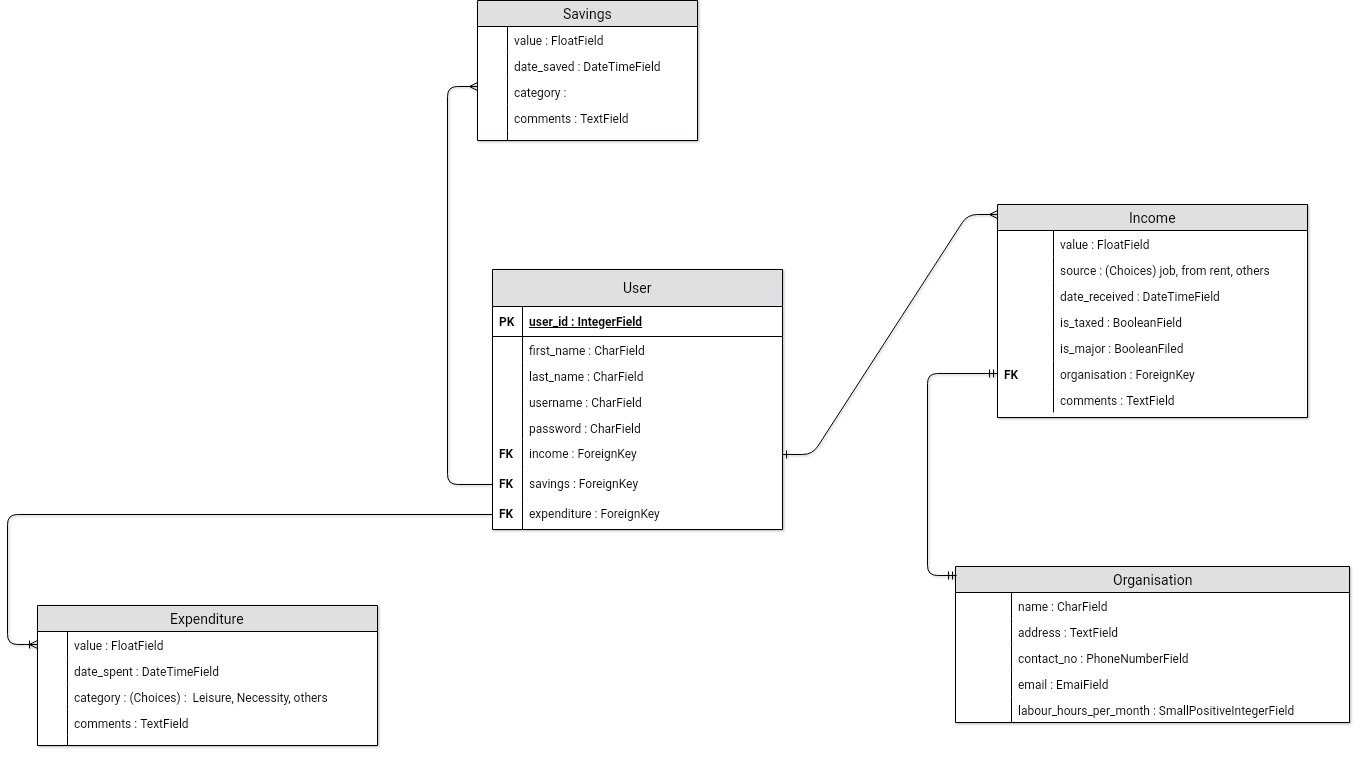
Before: DB_schema(Task1) (1).png, a diagram exported from draw.io (nilaybhatia/Expense-manager-app). Source tidied: cells renumbered, new cells last; positions are measured from the earlier drawing's top-left corner, leaving out a move shared by most shapes.
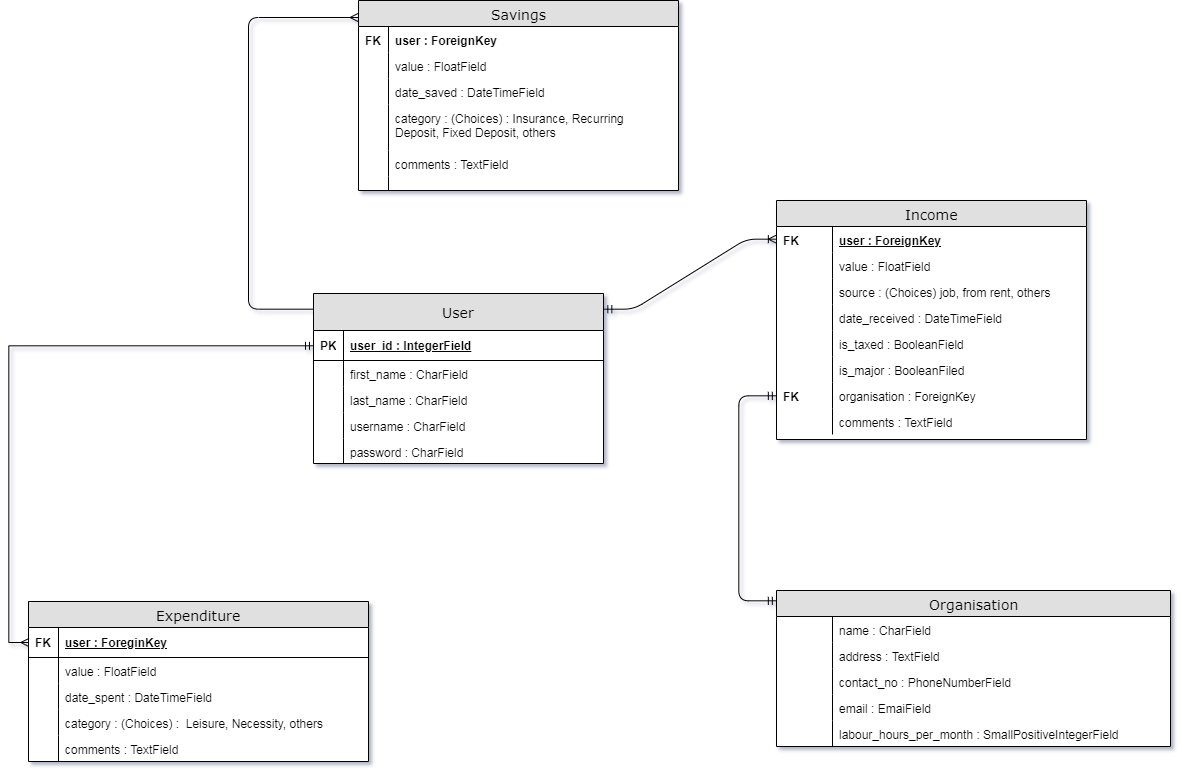
Later version of the same file.

Commit message:
corrected schema

Change to the diagram source:
```diff
@@ -5,6 +5,12 @@
     <mxCell id="2" value="Savings" style="swimlane;html=1;fontStyle=0;horizontal=1;startSize=26;fillColor=#e0e0e0;swimlaneFillColor=#ffffff;align=center;rounded=0;shadow=0;comic=0;labelBackgroundColor=none;strokeColor=#000000;strokeWidth=1;fontFamily=Verdana;fontSize=14;fontColor=#000000;swimlaneLine=1;" parent="1" vertex="1">
-      <mxGeometry x="440" width="220" height="140" as="geometry" />
+      <mxGeometry x="500" y="-24" width="320" height="190" as="geometry" />
     </mxCell>
+    <mxCell id="71" value="&lt;span style=&quot;font-weight: 700&quot;&gt;user : ForeignKey&lt;/span&gt;" style="shape=partialRectangle;top=0;left=0;right=0;bottom=0;html=1;align=left;verticalAlign=top;fillColor=none;spacingLeft=34;spacingRight=4;whiteSpace=wrap;overflow=hidden;" parent="2" vertex="1">
+      <mxGeometry y="26" width="320" height="26" as="geometry" />
+    </mxCell>
+    <mxCell id="72" value="&lt;b&gt;FK&lt;/b&gt;" style="shape=partialRectangle;top=0;left=0;bottom=0;html=1;fillColor=none;align=left;verticalAlign=top;spacingLeft=4;spacingRight=4;whiteSpace=wrap;overflow=hidden;" parent="71" vertex="1">
+      <mxGeometry width="30" height="26" as="geometry" />
+    </mxCell>
     <mxCell id="3" value="value : FloatField" style="shape=partialRectangle;top=0;left=0;right=0;bottom=0;html=1;align=left;verticalAlign=top;fillColor=none;spacingLeft=34;spacingRight=4;whiteSpace=wrap;overflow=hidden;" parent="2" vertex="1">
-      <mxGeometry y="26" width="220" height="26" as="geometry" />
+      <mxGeometry y="52" width="320" height="26" as="geometry" />
     </mxCell>
@@ -14,3 +20,3 @@
     <mxCell id="5" value="date_saved : DateTimeField" style="shape=partialRectangle;top=0;left=0;right=0;bottom=0;html=1;align=left;verticalAlign=top;fillColor=none;spacingLeft=34;spacingRight=4;whiteSpace=wrap;overflow=hidden;" parent="2" vertex="1">
-      <mxGeometry y="52" width="220" height="26" as="geometry" />
+      <mxGeometry y="78" width="320" height="26" as="geometry" />
     </mxCell>
@@ -19,10 +25,10 @@
     </mxCell>
-    <mxCell id="7" value="category :&amp;nbsp;" style="shape=partialRectangle;top=0;left=0;right=0;bottom=0;html=1;align=left;verticalAlign=top;fillColor=none;spacingLeft=34;spacingRight=4;whiteSpace=wrap;overflow=hidden;points=[[0,0.5],[1,0.5]];portConstraint=eastwest;" parent="2" vertex="1">
-      <mxGeometry y="78" width="220" height="26" as="geometry" />
+    <mxCell id="7" value="category : (Choices) : Insurance, Recurring Deposit, Fixed Deposit, others" style="shape=partialRectangle;top=0;left=0;right=0;bottom=0;html=1;align=left;verticalAlign=top;fillColor=none;spacingLeft=34;spacingRight=4;whiteSpace=wrap;overflow=hidden;points=[[0,0.5],[1,0.5]];portConstraint=eastwest;" parent="2" vertex="1">
+      <mxGeometry y="104" width="320" height="46" as="geometry" />
     </mxCell>
     <mxCell id="8" style="shape=partialRectangle;top=0;left=0;bottom=0;html=1;fillColor=none;align=left;verticalAlign=top;spacingLeft=4;spacingRight=4;whiteSpace=wrap;overflow=hidden;" parent="7" vertex="1">
-      <mxGeometry width="30" height="26" as="geometry" />
+      <mxGeometry width="30" height="46" as="geometry" />
     </mxCell>
     <mxCell id="9" value="comments : TextField" style="shape=partialRectangle;top=0;left=0;right=0;bottom=0;html=1;align=left;verticalAlign=top;fillColor=none;spacingLeft=34;spacingRight=4;whiteSpace=wrap;overflow=hidden;" parent="2" vertex="1">
-      <mxGeometry y="104" width="220" height="26" as="geometry" />
+      <mxGeometry y="150" width="320" height="26" as="geometry" />
     </mxCell>
@@ -32,12 +38,18 @@
     <mxCell id="11" style="shape=partialRectangle;top=0;left=0;right=0;bottom=0;html=1;align=left;verticalAlign=top;fillColor=none;spacingLeft=34;spacingRight=4;whiteSpace=wrap;overflow=hidden;" parent="2" vertex="1">
-      <mxGeometry y="130" width="220" height="10" as="geometry" />
+      <mxGeometry y="176" width="320" height="14" as="geometry" />
     </mxCell>
     <mxCell id="12" style="shape=partialRectangle;top=0;left=0;bottom=0;html=1;fillColor=none;align=left;verticalAlign=top;spacingLeft=4;spacingRight=4;whiteSpace=wrap;overflow=hidden;" parent="11" vertex="1">
-      <mxGeometry width="30" height="10" as="geometry" />
+      <mxGeometry width="30" height="14" as="geometry" />
     </mxCell>
     <mxCell id="13" value="Expenditure" style="swimlane;html=1;fontStyle=0;horizontal=1;startSize=26;fillColor=#e0e0e0;swimlaneFillColor=#ffffff;align=center;rounded=0;shadow=0;comic=0;labelBackgroundColor=none;strokeColor=#000000;strokeWidth=1;fontFamily=Verdana;fontSize=14;fontColor=#000000;" parent="1" vertex="1">
-      <mxGeometry y="605" width="340" height="140" as="geometry" />
+      <mxGeometry x="170" y="577" width="340" height="160" as="geometry" />
     </mxCell>
+    <mxCell id="73" value="user : ForeginKey" style="shape=partialRectangle;top=0;left=0;right=0;bottom=1;html=1;align=left;verticalAlign=middle;fillColor=none;spacingLeft=34;spacingRight=4;whiteSpace=wrap;overflow=hidden;points=[[0,0.5],[1,0.5]];portConstraint=eastwest;fontStyle=5;" parent="13" vertex="1">
+      <mxGeometry y="26" width="340" height="30" as="geometry" />
+    </mxCell>
+    <mxCell id="74" value="&lt;b&gt;FK&lt;/b&gt;" style="shape=partialRectangle;top=0;left=0;bottom=0;html=1;fillColor=none;align=left;verticalAlign=middle;spacingLeft=4;spacingRight=4;whiteSpace=wrap;overflow=hidden;" parent="73" vertex="1">
+      <mxGeometry width="30" height="30" as="geometry" />
+    </mxCell>
     <mxCell id="14" value="value : FloatField" style="shape=partialRectangle;top=0;left=0;right=0;bottom=0;html=1;align=left;verticalAlign=top;fillColor=none;spacingLeft=34;spacingRight=4;whiteSpace=wrap;overflow=hidden;points=[[0,0.5],[1,0.5]];portConstraint=eastwest;" parent="13" vertex="1">
-      <mxGeometry y="26" width="340" height="26" as="geometry" />
+      <mxGeometry y="56" width="340" height="26" as="geometry" />
     </mxCell>
@@ -47,3 +59,3 @@
     <mxCell id="16" value="date_spent : DateTimeField" style="shape=partialRectangle;top=0;left=0;right=0;bottom=0;html=1;align=left;verticalAlign=top;fillColor=none;spacingLeft=34;spacingRight=4;whiteSpace=wrap;overflow=hidden;" parent="13" vertex="1">
-      <mxGeometry y="52" width="340" height="26" as="geometry" />
+      <mxGeometry y="82" width="340" height="26" as="geometry" />
     </mxCell>
@@ -53,3 +65,3 @@
     <mxCell id="18" value="category : (Choices) :&amp;nbsp; Leisure, Necessity, others" style="shape=partialRectangle;top=0;left=0;right=0;bottom=0;html=1;align=left;verticalAlign=top;fillColor=none;spacingLeft=34;spacingRight=4;whiteSpace=wrap;overflow=hidden;" parent="13" vertex="1">
-      <mxGeometry y="78" width="340" height="26" as="geometry" />
+      <mxGeometry y="108" width="340" height="26" as="geometry" />
     </mxCell>
@@ -59,3 +71,3 @@
     <mxCell id="20" value="comments : TextField" style="shape=partialRectangle;top=0;left=0;right=0;bottom=0;html=1;align=left;verticalAlign=top;fillColor=none;spacingLeft=34;spacingRight=4;whiteSpace=wrap;overflow=hidden;" parent="13" vertex="1">
-      <mxGeometry y="104" width="340" height="26" as="geometry" />
+      <mxGeometry y="134" width="340" height="26" as="geometry" />
     </mxCell>
@@ -64,10 +76,4 @@
     </mxCell>
-    <mxCell id="22" style="shape=partialRectangle;top=0;left=0;right=0;bottom=0;html=1;align=left;verticalAlign=top;fillColor=none;spacingLeft=34;spacingRight=4;whiteSpace=wrap;overflow=hidden;" parent="13" vertex="1">
-      <mxGeometry y="130" width="340" height="10" as="geometry" />
-    </mxCell>
-    <mxCell id="23" style="shape=partialRectangle;top=0;left=0;bottom=0;html=1;fillColor=none;align=left;verticalAlign=top;spacingLeft=4;spacingRight=4;whiteSpace=wrap;overflow=hidden;" parent="22" vertex="1">
-      <mxGeometry width="30" height="10" as="geometry" />
-    </mxCell>
     <mxCell id="24" value="User" style="swimlane;html=1;fontStyle=0;horizontal=1;startSize=37;fillColor=#e0e0e0;swimlaneFillColor=#ffffff;align=center;rounded=0;shadow=0;comic=0;labelBackgroundColor=none;strokeColor=#000000;strokeWidth=1;fontFamily=Verdana;fontSize=14;fontColor=#000000;" parent="1" vertex="1">
-      <mxGeometry x="455" y="269" width="290" height="260" as="geometry" />
+      <mxGeometry x="455" y="269" width="290" height="170" as="geometry" />
     </mxCell>
@@ -103,20 +109,2 @@
     </mxCell>
-    <mxCell id="35" value="income : ForeignKey" style="shape=partialRectangle;top=0;left=0;right=0;bottom=0;html=1;align=left;verticalAlign=top;fillColor=none;spacingLeft=34;spacingRight=4;whiteSpace=wrap;overflow=hidden;points=[[0,0.5],[1,0.5]];portConstraint=eastwest;" parent="24" vertex="1">
-      <mxGeometry y="170" width="290" height="30" as="geometry" />
-    </mxCell>
-    <mxCell id="36" value="&lt;b&gt;FK&lt;/b&gt;" style="shape=partialRectangle;top=0;left=0;bottom=0;html=1;fillColor=none;align=left;verticalAlign=top;spacingLeft=4;spacingRight=4;whiteSpace=wrap;overflow=hidden;" parent="35" vertex="1">
-      <mxGeometry width="30" height="30" as="geometry" />
-    </mxCell>
-    <mxCell id="37" value="savings : ForeignKey" style="shape=partialRectangle;top=0;left=0;right=0;bottom=0;html=1;align=left;verticalAlign=top;fillColor=none;spacingLeft=34;spacingRight=4;whiteSpace=wrap;overflow=hidden;points=[[0,0.5],[1,0.5]];portConstraint=eastwest;" parent="24" vertex="1">
-      <mxGeometry y="200" width="290" height="30" as="geometry" />
-    </mxCell>
-    <mxCell id="38" value="&lt;b&gt;FK&lt;/b&gt;" style="shape=partialRectangle;top=0;left=0;bottom=0;html=1;fillColor=none;align=left;verticalAlign=top;spacingLeft=4;spacingRight=4;whiteSpace=wrap;overflow=hidden;" parent="37" vertex="1">
-      <mxGeometry width="30" height="30" as="geometry" />
-    </mxCell>
-    <mxCell id="39" value="expenditure : ForeignKey" style="shape=partialRectangle;top=0;left=0;right=0;bottom=0;html=1;align=left;verticalAlign=top;fillColor=none;spacingLeft=34;spacingRight=4;whiteSpace=wrap;overflow=hidden;points=[[0,0.5],[1,0.5]];portConstraint=eastwest;" parent="24" vertex="1">
-      <mxGeometry y="230" width="290" height="30" as="geometry" />
-    </mxCell>
-    <mxCell id="40" value="&lt;b&gt;FK&lt;/b&gt;" style="shape=partialRectangle;top=0;left=0;bottom=0;html=1;fillColor=none;align=left;verticalAlign=top;spacingLeft=4;spacingRight=4;whiteSpace=wrap;overflow=hidden;" parent="39" vertex="1">
-      <mxGeometry width="30" height="30" as="geometry" />
-    </mxCell>
     <mxCell id="41" value="Organisation" style="swimlane;html=1;fontStyle=0;horizontal=1;startSize=26;fillColor=#e0e0e0;swimlaneFillColor=#ffffff;align=center;rounded=0;shadow=0;comic=0;labelBackgroundColor=none;strokeColor=#000000;strokeWidth=1;fontFamily=Verdana;fontSize=14;fontColor=#000000;" parent="1" vertex="1">
@@ -154,15 +142,13 @@
     </mxCell>
-    <mxCell id="52" style="edgeStyle=orthogonalEdgeStyle;html=1;endArrow=ERmany;startArrow=none;labelBackgroundColor=none;fontFamily=Verdana;fontSize=14;entryX=0;entryY=0.308;entryPerimeter=0;exitX=0;exitY=0.5;exitDx=0;exitDy=0;endFill=0;startFill=0;" parent="1" edge="1" source="37" target="7">
-      <mxGeometry relative="1" as="geometry">
-        <Array as="points">
-          <mxPoint x="410" y="484" />
-          <mxPoint x="410" y="86" />
-        </Array>
-      </mxGeometry>
-    </mxCell>
     <mxCell id="53" value="Income" style="swimlane;html=1;fontStyle=0;horizontal=1;startSize=26;fillColor=#e0e0e0;swimlaneFillColor=#ffffff;align=center;rounded=0;shadow=0;comic=0;labelBackgroundColor=none;strokeColor=#000000;strokeWidth=1;fontFamily=Verdana;fontSize=14;fontColor=#000000;" parent="1" vertex="1">
-      <mxGeometry x="960" y="204" width="310" height="213" as="geometry" />
+      <mxGeometry x="918" y="176" width="310" height="239" as="geometry" />
     </mxCell>
+    <mxCell id="75" value="&lt;b&gt;&lt;u&gt;user : ForeignKey&lt;/u&gt;&lt;/b&gt;" style="shape=partialRectangle;top=0;left=0;right=0;bottom=0;html=1;align=left;verticalAlign=top;fillColor=none;spacingLeft=60;spacingRight=4;whiteSpace=wrap;overflow=hidden;points=[[0,0.5],[1,0.5]];portConstraint=eastwest;" parent="53" vertex="1">
+      <mxGeometry y="26" width="310" height="26" as="geometry" />
+    </mxCell>
+    <mxCell id="76" value="&lt;b&gt;FK&lt;/b&gt;" style="shape=partialRectangle;top=0;left=0;bottom=0;html=1;fillColor=none;align=left;verticalAlign=top;spacingLeft=4;spacingRight=4;whiteSpace=wrap;overflow=hidden;" parent="75" vertex="1">
+      <mxGeometry width="56" height="26" as="geometry" />
+    </mxCell>
     <mxCell id="54" value="value : FloatField" style="shape=partialRectangle;top=0;left=0;right=0;bottom=0;html=1;align=left;verticalAlign=top;fillColor=none;spacingLeft=60;spacingRight=4;whiteSpace=wrap;overflow=hidden;" parent="53" vertex="1">
-      <mxGeometry y="26" width="310" height="26" as="geometry" />
+      <mxGeometry y="52" width="310" height="26" as="geometry" />
     </mxCell>
@@ -172,3 +158,3 @@
     <mxCell id="56" value="source : (Choices) job, from rent, others" style="shape=partialRectangle;top=0;left=0;right=0;bottom=0;html=1;align=left;verticalAlign=top;fillColor=none;spacingLeft=60;spacingRight=4;whiteSpace=wrap;overflow=hidden;" parent="53" vertex="1">
-      <mxGeometry y="52" width="310" height="26" as="geometry" />
+      <mxGeometry y="78" width="310" height="26" as="geometry" />
     </mxCell>
@@ -178,3 +164,3 @@
     <mxCell id="58" value="date_received : DateTimeField" style="shape=partialRectangle;top=0;left=0;right=0;bottom=0;html=1;align=left;verticalAlign=top;fillColor=none;spacingLeft=60;spacingRight=4;whiteSpace=wrap;overflow=hidden;" parent="53" vertex="1">
-      <mxGeometry y="78" width="310" height="26" as="geometry" />
+      <mxGeometry y="104" width="310" height="26" as="geometry" />
     </mxCell>
@@ -184,3 +170,3 @@
     <mxCell id="60" value="is_taxed : BooleanField" style="shape=partialRectangle;top=0;left=0;right=0;bottom=0;html=1;align=left;verticalAlign=top;fillColor=none;spacingLeft=60;spacingRight=4;whiteSpace=wrap;overflow=hidden;" parent="53" vertex="1">
-      <mxGeometry y="104" width="310" height="26" as="geometry" />
+      <mxGeometry y="130" width="310" height="26" as="geometry" />
     </mxCell>
@@ -190,3 +176,3 @@
     <mxCell id="62" value="is_major : BooleanFiled" style="shape=partialRectangle;top=0;left=0;right=0;bottom=0;html=1;align=left;verticalAlign=top;fillColor=none;spacingLeft=60;spacingRight=4;whiteSpace=wrap;overflow=hidden;" parent="53" vertex="1">
-      <mxGeometry y="130" width="310" height="26" as="geometry" />
+      <mxGeometry y="156" width="310" height="26" as="geometry" />
     </mxCell>
@@ -196,3 +182,3 @@
     <mxCell id="64" value="organisation : ForeignKey" style="shape=partialRectangle;top=0;left=0;right=0;bottom=0;html=1;align=left;verticalAlign=top;fillColor=none;spacingLeft=60;spacingRight=4;whiteSpace=wrap;overflow=hidden;points=[[0,0.5],[1,0.5]];portConstraint=eastwest;" parent="53" vertex="1">
-      <mxGeometry y="156" width="310" height="26" as="geometry" />
+      <mxGeometry y="182" width="310" height="26" as="geometry" />
     </mxCell>
@@ -202,3 +188,3 @@
     <mxCell id="66" value="comments : TextField" style="shape=partialRectangle;top=0;left=0;right=0;bottom=0;html=1;align=left;verticalAlign=top;fillColor=none;spacingLeft=60;spacingRight=4;whiteSpace=wrap;overflow=hidden;" parent="53" vertex="1">
-      <mxGeometry y="182" width="310" height="26" as="geometry" />
+      <mxGeometry y="208" width="310" height="26" as="geometry" />
     </mxCell>
@@ -207,10 +193,10 @@
     </mxCell>
-    <mxCell id="68" style="edgeStyle=entityRelationEdgeStyle;html=1;endArrow=ERmany;startArrow=ERone;labelBackgroundColor=none;fontFamily=Verdana;fontSize=14;entryX=0;entryY=0.049;exitX=1;exitY=0.5;startFill=0;endFill=0;exitDx=0;exitDy=0;entryDx=0;entryDy=0;entryPerimeter=0;" parent="1" edge="1" source="35" target="53">
-      <mxGeometry relative="1" as="geometry" />
-    </mxCell>
+    <mxCell id="77" style="edgeStyle=orthogonalEdgeStyle;rounded=0;jettySize=auto;html=1;entryX=0;entryY=0.5;entryDx=0;entryDy=0;endArrow=ERmany;endFill=0;startArrow=ERmandOne;startFill=0;" parent="1" edge="1" source="25" target="73">
+      <mxGeometry relative="1" as="geometry" />
+    </mxCell>
-    <mxCell id="69" style="edgeStyle=elbowEdgeStyle;fontSize=12;html=1;endArrow=ERmandOne;startArrow=ERmandOne;exitX=0.003;exitY=0.058;exitDx=0;exitDy=0;exitPerimeter=0;entryX=0;entryY=0.5;entryDx=0;entryDy=0;" parent="1" edge="1" source="41" target="64">
+    <mxCell id="69" style="fontSize=12;html=1;endArrow=ERmandOne;startArrow=ERmandOne;edgeStyle=orthogonalEdgeStyle;entryX=0;entryY=0.5;entryDx=0;entryDy=0;exitX=0;exitY=0.064;exitDx=0;exitDy=0;exitPerimeter=0;" parent="1" edge="1" source="41" target="64">
       <mxGeometry relative="1" as="geometry">
         <Array as="points">
-          <mxPoint x="890" y="386" />
-          <mxPoint x="820" y="466" />
+          <mxPoint x="880" y="576" />
+          <mxPoint x="880" y="371" />
         </Array>
@@ -218,5 +204,12 @@
     </mxCell>
-    <mxCell id="70" style="edgeStyle=entityRelationEdgeStyle;fontSize=12;html=1;endArrow=ERoneToMany;entryX=0;entryY=0.5;entryDx=0;entryDy=0;" parent="1" edge="1" source="39" target="14">
-      <mxGeometry relative="1" as="geometry" />
-    </mxCell>
+    <mxCell id="78" style="edgeStyle=entityRelationEdgeStyle;fontSize=12;html=1;endArrow=ERoneToMany;startArrow=ERmandOne;entryX=0;entryY=0.5;entryDx=0;entryDy=0;exitX=1;exitY=0.094;exitDx=0;exitDy=0;exitPerimeter=0;" parent="1" edge="1" source="24" target="75">
+      <mxGeometry relative="1" as="geometry" />
+    </mxCell>
+    <mxCell id="79" style="edgeStyle=elbowEdgeStyle;fontSize=12;html=1;endArrow=ERmany;shadow=0;entryX=-0.002;entryY=0.091;entryDx=0;entryDy=0;entryPerimeter=0;exitX=0.001;exitY=0.092;exitDx=0;exitDy=0;exitPerimeter=0;" parent="1" edge="1" source="24" target="2">
+      <mxGeometry relative="1" as="geometry">
+        <Array as="points">
+          <mxPoint x="390" y="116" />
+        </Array>
+      </mxGeometry>
+    </mxCell>
   </root>
```
